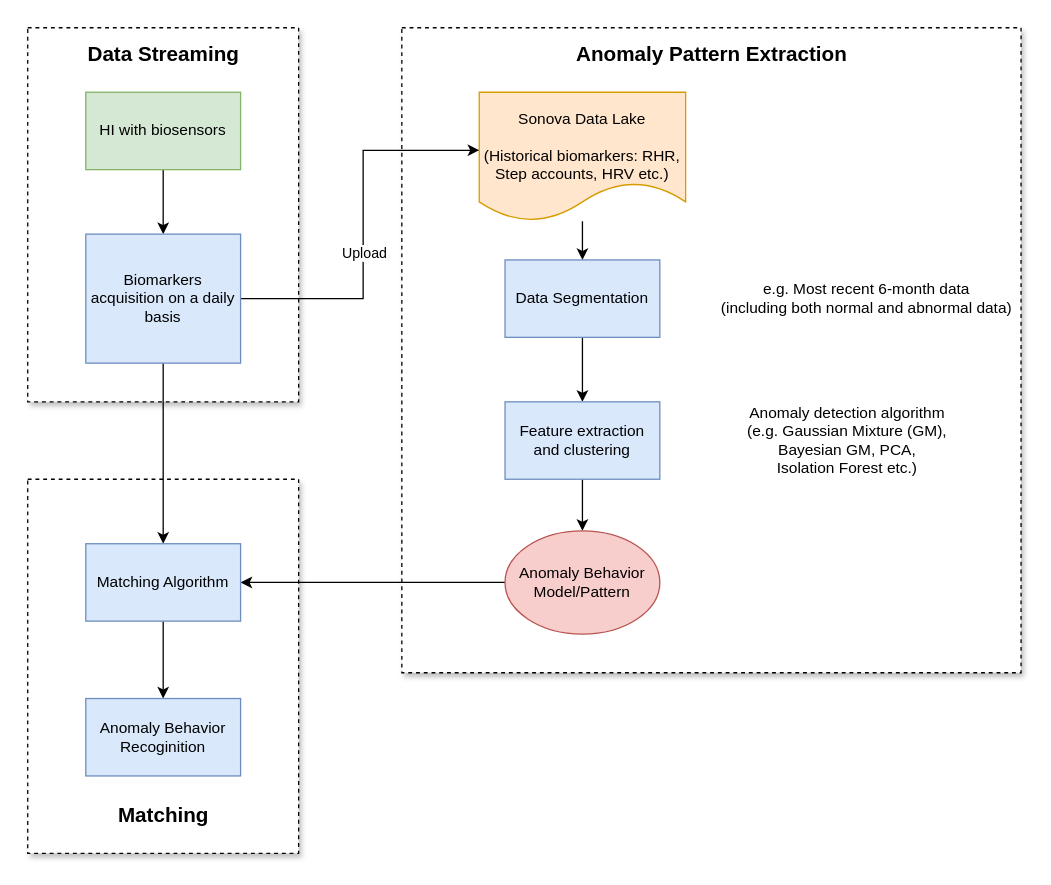
This is anomaly_detection.drawio from supertime1/anomaly, a draw.io file, before an edit. Source tidied: cells renumbered, new cells numbered last; positions are measured from the earlier drawing's top-left corner, leaving out a move shared by most shapes. Both pictures are drawn from the tidied source at 129%, with x=0, y=0 at pixel (27, 27).
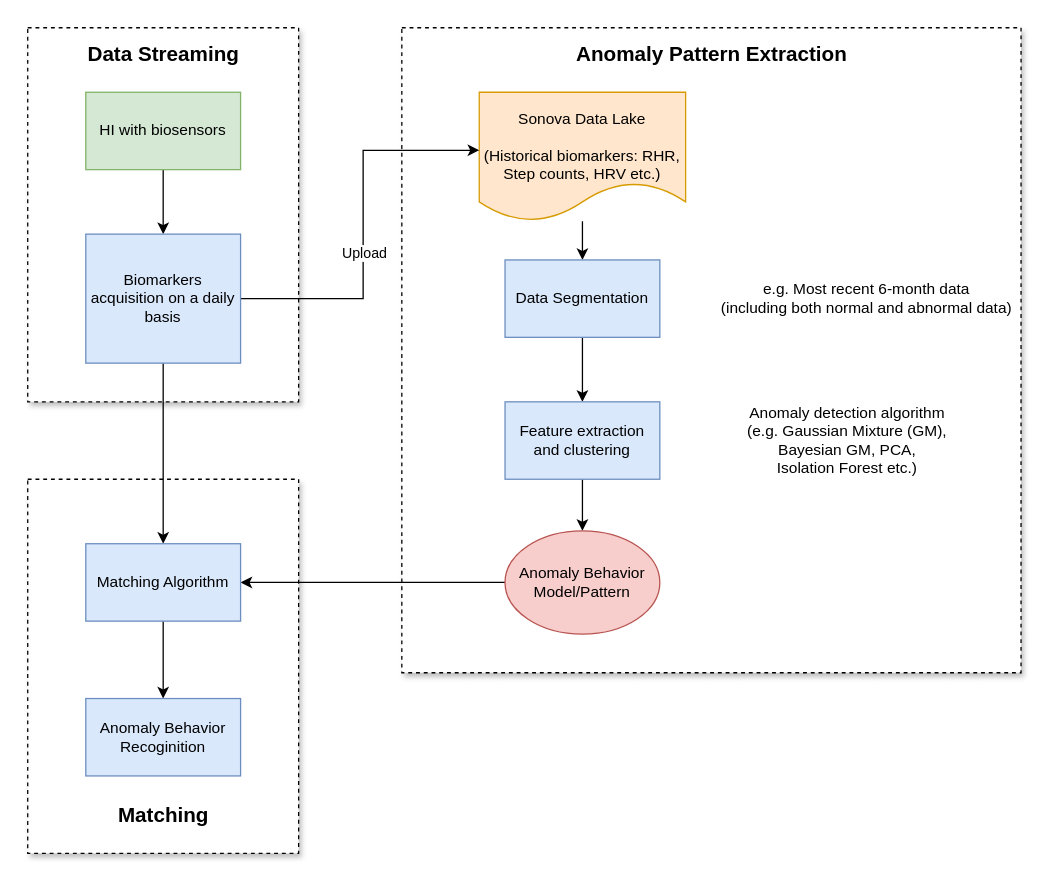
The same page after the edit.

Change to the diagram source:
```diff
@@
-    <mxCell id="6" value="&lt;br&gt;Sonova Data Lake&lt;br&gt;&lt;br&gt;(Historical biomarkers: RHR, Step accounts, HRV etc.)" style="shape=document;whiteSpace=wrap;html=1;boundedLbl=1;fillColor=#ffe6cc;strokeColor=#d79b00;" parent="1" vertex="1">
+    <mxCell id="6" value="&lt;br&gt;Sonova Data Lake&lt;br&gt;&lt;br&gt;(Historical biomarkers: RHR, Step counts, HRV etc.)" style="shape=document;whiteSpace=wrap;html=1;boundedLbl=1;fillColor=#ffe6cc;strokeColor=#d79b00;" parent="1" vertex="1">
       <mxGeometry x="350" y="50" width="160" height="100" as="geometry" />
     </mxCell>
```
